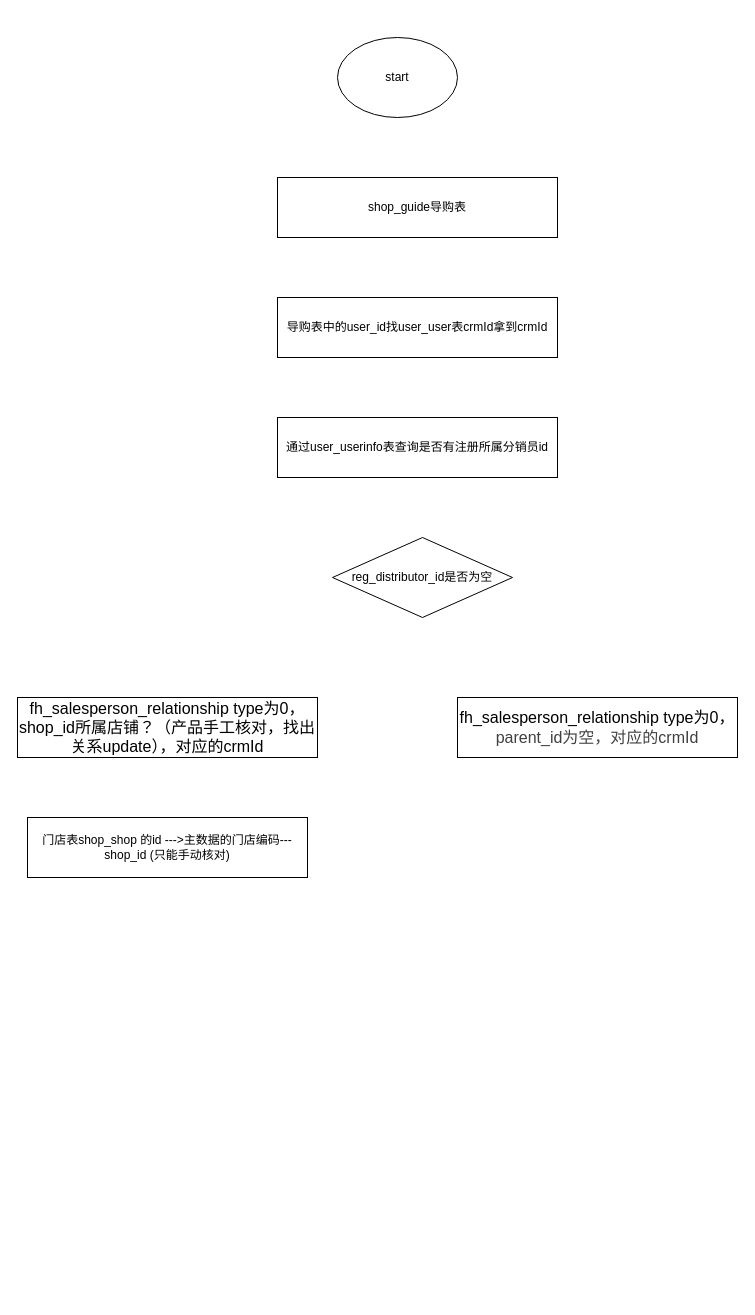
The draw.io diagram 星妈购导购迁移组织关系具体过程.drawio in FocusZhouGD/drawprogram, before the edit. Source tidied: cells renumbered, new cells numbered last; positions are measured from the earlier drawing's top-left corner, leaving out a move shared by most shapes. Both pictures are drawn from the tidied source at 100%, with x=0, y=0 at pixel (17, 37).
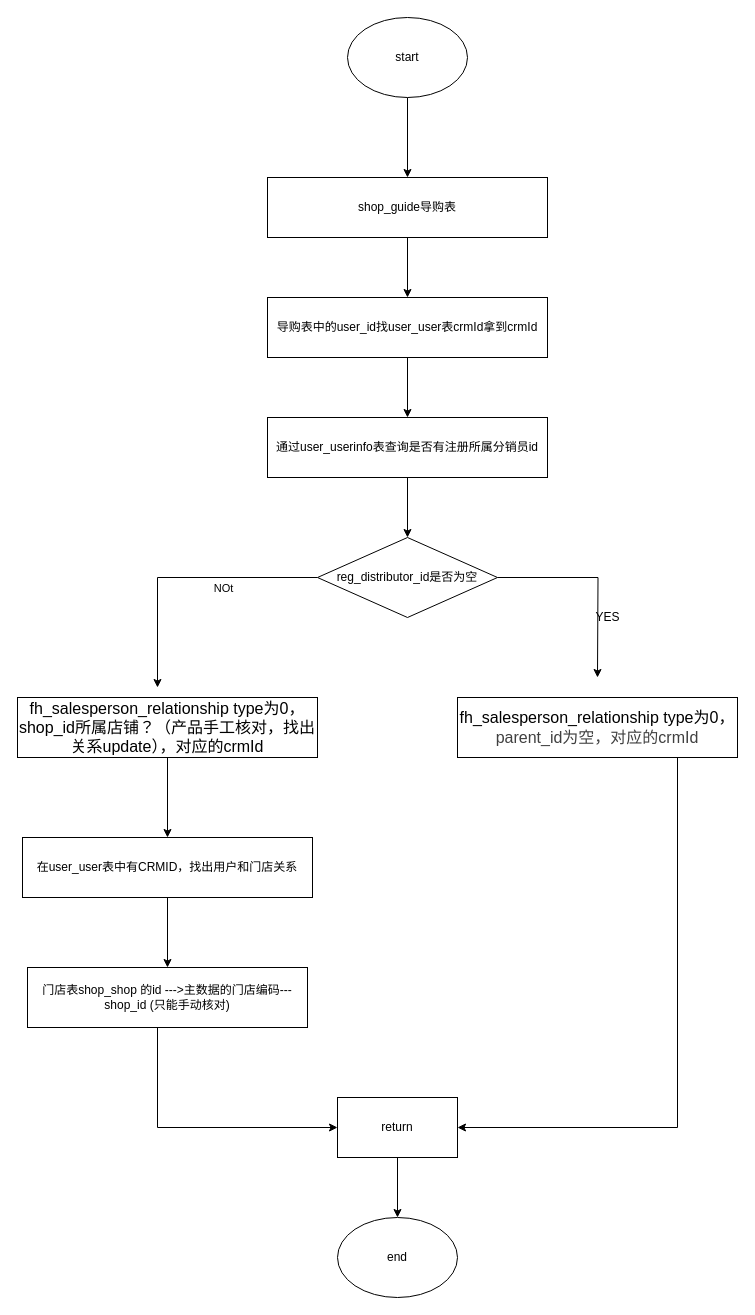
The same diagram, later.

Commit message (it also covers changes not shown here):
Update 星妈购导购迁移组织关系具体过程.drawio

Unchanged cells that the change refers to:
```xml
<mxCell id="7" value="&lt;span lang=&quot;EN-US&quot; style=&quot;font-size: 12.0pt ; font-family: &amp;#34;source han sans cn regular&amp;#34;&quot;&gt;fh_salesperson_relationship type为0，&lt;/span&gt;&lt;span lang=&quot;EN-US&quot; style=&quot;font-size: 12.0pt ; font-family: &amp;#34;source han sans cn regular&amp;#34; ; color: #404040&quot;&gt;parent_id为空，对应的crmId&lt;/span&gt;" style="rounded=0;whiteSpace=wrap;html=1;" parent="1" vertex="1">
  <mxGeometry x="440" y="660" width="280" height="60" as="geometry" />
</mxCell>
<mxCell id="8" value="&lt;span lang=&quot;EN-US&quot; style=&quot;font-size: 12pt ; font-family: &amp;#34;source han sans cn regular&amp;#34;&quot;&gt;fh_salesperson_relationship type为0，shop_id所属店铺？（产品手工核对，找出关系update），对应的crmId&lt;/span&gt;" style="rounded=0;whiteSpace=wrap;html=1;" parent="1" vertex="1">
  <mxGeometry y="660" width="300" height="60" as="geometry" />
</mxCell>
```

Diff of the diagram source:
```diff
@@
+    <mxCell id="10" style="edgeStyle=orthogonalEdgeStyle;rounded=0;jettySize=auto;html=1;" parent="1" edge="1" source="2" target="3">
+      <mxGeometry relative="1" as="geometry" />
+    </mxCell>
     <mxCell id="2" value="start" style="ellipse;whiteSpace=wrap;html=1;" parent="1" vertex="1">
-      <mxGeometry x="320" width="120" height="80" as="geometry" />
+      <mxGeometry x="330" y="-20" width="120" height="80" as="geometry" />
     </mxCell>
+    <mxCell id="11" style="edgeStyle=orthogonalEdgeStyle;rounded=0;jettySize=auto;html=1;" parent="1" edge="1" source="3" target="4">
+      <mxGeometry relative="1" as="geometry" />
+    </mxCell>
     <mxCell id="3" value="shop_guide导购表" style="rounded=0;whiteSpace=wrap;html=1;" parent="1" vertex="1">
-      <mxGeometry x="260" y="140" width="280" height="60" as="geometry" />
+      <mxGeometry x="250" y="140" width="280" height="60" as="geometry" />
     </mxCell>
+    <mxCell id="12" style="edgeStyle=orthogonalEdgeStyle;rounded=0;jettySize=auto;html=1;" parent="1" edge="1" source="4" target="5">
+      <mxGeometry relative="1" as="geometry" />
+    </mxCell>
     <mxCell id="4" value="导购表中的user_id找user_user表crmId拿到crmId" style="rounded=0;whiteSpace=wrap;html=1;" parent="1" vertex="1">
-      <mxGeometry x="260" y="260" width="280" height="60" as="geometry" />
+      <mxGeometry x="250" y="260" width="280" height="60" as="geometry" />
     </mxCell>
+    <mxCell id="13" style="edgeStyle=orthogonalEdgeStyle;rounded=0;jettySize=auto;html=1;" parent="1" edge="1" source="5" target="6">
+      <mxGeometry relative="1" as="geometry" />
+    </mxCell>
     <mxCell id="5" value="通过user_userinfo表查询是否有注册所属分销员id" style="rounded=0;whiteSpace=wrap;html=1;" parent="1" vertex="1">
-      <mxGeometry x="260" y="380" width="280" height="60" as="geometry" />
+      <mxGeometry x="250" y="380" width="280" height="60" as="geometry" />
     </mxCell>
+    <mxCell id="14" style="edgeStyle=orthogonalEdgeStyle;rounded=0;jettySize=auto;html=1;" parent="1" edge="1" source="6">
+      <mxGeometry relative="1" as="geometry">
+        <mxPoint x="580" y="640" as="targetPoint" />
+      </mxGeometry>
+    </mxCell>
+    <mxCell id="15" style="edgeStyle=orthogonalEdgeStyle;rounded=0;jettySize=auto;html=1;" parent="1" edge="1" source="6">
+      <mxGeometry relative="1" as="geometry">
+        <mxPoint x="140" y="650" as="targetPoint" />
+        <Array as="points">
+          <mxPoint x="140" y="540" />
+        </Array>
+      </mxGeometry>
+    </mxCell>
+    <mxCell id="16" value="NOt" style="edgeLabel;html=1;align=center;verticalAlign=middle;" parent="15" vertex="1">
+      <mxGeometry x="-0.3" y="2" relative="1" as="geometry">
+        <mxPoint y="8" as="offset" />
+      </mxGeometry>
+    </mxCell>
     <mxCell id="6" value="reg_distributor_id是否为空" style="rhombus;whiteSpace=wrap;html=1;" parent="1" vertex="1">
-      <mxGeometry x="315" y="500" width="180" height="80" as="geometry" />
+      <mxGeometry x="300" y="500" width="180" height="80" as="geometry" />
     </mxCell>
+    <mxCell id="17" style="edgeStyle=orthogonalEdgeStyle;rounded=0;jettySize=auto;html=1;entryX=1;entryY=0.5;entryDx=0;entryDy=0;" parent="1" edge="1" source="7" target="21">
+      <mxGeometry relative="1" as="geometry">
+        <Array as="points">
+          <mxPoint x="660" y="1090" />
+        </Array>
+      </mxGeometry>
+    </mxCell>
@@
+    <mxCell id="18" style="edgeStyle=orthogonalEdgeStyle;rounded=0;jettySize=auto;html=1;" parent="1" edge="1" source="8" target="25">
+      <mxGeometry relative="1" as="geometry" />
+    </mxCell>
@@
+    <mxCell id="19" style="edgeStyle=orthogonalEdgeStyle;rounded=0;jettySize=auto;html=1;" parent="1" edge="1" source="9" target="21">
+      <mxGeometry relative="1" as="geometry">
+        <Array as="points">
+          <mxPoint x="140" y="1090" />
+        </Array>
+      </mxGeometry>
+    </mxCell>
     <mxCell id="9" value="门店表shop_shop 的id ---&amp;gt;主数据的门店编码---shop_id (只能手动核对)" style="rounded=0;whiteSpace=wrap;html=1;" parent="1" vertex="1">
-      <mxGeometry x="10" y="780" width="280" height="60" as="geometry" />
+      <mxGeometry x="10" y="930" width="280" height="60" as="geometry" />
     </mxCell>
+    <mxCell id="20" style="edgeStyle=orthogonalEdgeStyle;rounded=0;jettySize=auto;html=1;" parent="1" edge="1" source="21" target="22">
+      <mxGeometry relative="1" as="geometry" />
+    </mxCell>
+    <mxCell id="21" value="return" style="rounded=0;whiteSpace=wrap;html=1;" parent="1" vertex="1">
+      <mxGeometry x="320" y="1060" width="120" height="60" as="geometry" />
+    </mxCell>
+    <mxCell id="22" value="end" style="ellipse;whiteSpace=wrap;html=1;" parent="1" vertex="1">
+      <mxGeometry x="320" y="1180" width="120" height="80" as="geometry" />
+    </mxCell>
+    <mxCell id="23" value="YES" style="text;html=1;align=center;verticalAlign=middle;strokeColor=none;fillColor=none;" parent="1" vertex="1">
+      <mxGeometry x="570" y="570" width="40" height="20" as="geometry" />
+    </mxCell>
+    <mxCell id="24" style="edgeStyle=orthogonalEdgeStyle;rounded=0;jettySize=auto;html=1;" parent="1" edge="1" source="25" target="9">
+      <mxGeometry relative="1" as="geometry" />
+    </mxCell>
+    <mxCell id="25" value="在user_user表中有CRMID，找出用户和门店关系" style="rounded=0;whiteSpace=wrap;html=1;" parent="1" vertex="1">
+      <mxGeometry x="5" y="800" width="290" height="60" as="geometry" />
+    </mxCell>
```
